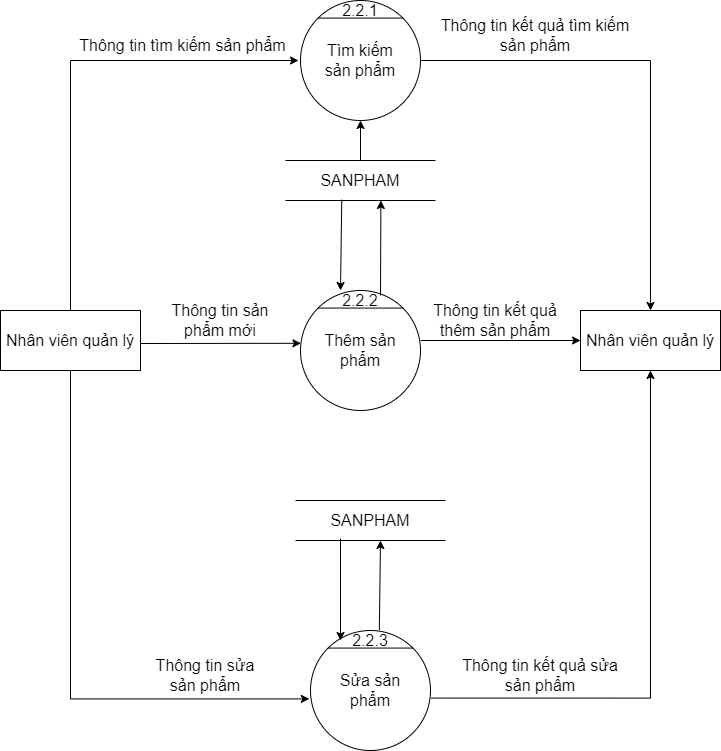
Earlier version of the draw.io export BFD&DFD/BFD&DFD mức 0, 1, 2, 3/DFD_2_QLSP.png (hungtadasuke/CoffeShop_SoftwareTechnology). Source tidied: cells renumbered, new cells last; positions are measured from the earlier drawing's top-left corner, leaving out a move shared by most shapes.
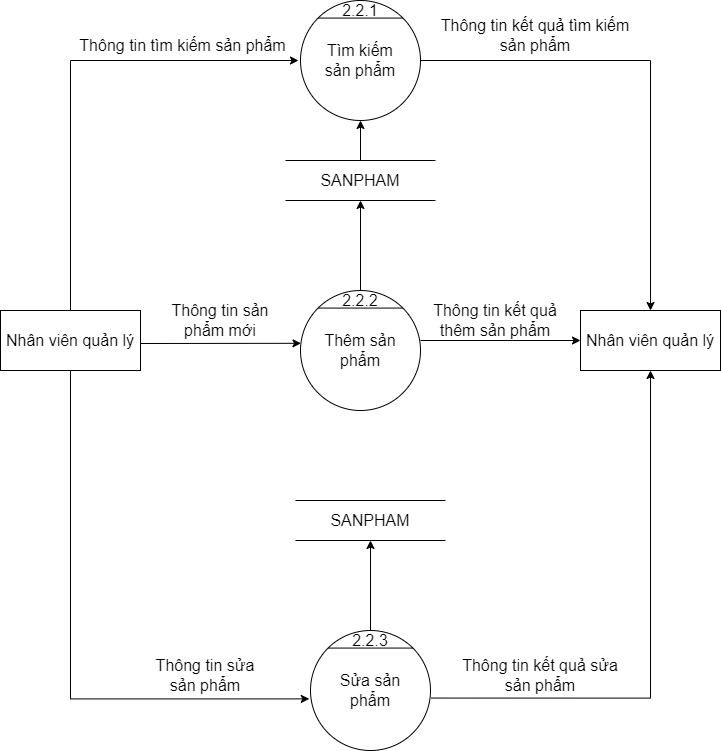
After the change.

What changed in the source:
```diff
@@ -95,19 +95,12 @@
     <mxCell id="26" style="endArrow=classic;html=1;rounded=0;fontSize=16;entryX=0.5;entryY=1;entryDx=0;entryDy=0;exitX=0.5;exitY=0;exitDx=0;exitDy=0;" parent="1" edge="1" source="22" target="2">
       <mxGeometry relative="1" as="geometry" />
     </mxCell>
-    <mxCell id="27" style="endArrow=classic;html=1;rounded=0;fontSize=16;entryX=0.636;entryY=1;entryDx=0;entryDy=0;exitX=1;exitY=0.25;exitDx=0;exitDy=0;entryPerimeter=0;" parent="1" edge="1" source="14" target="22">
+    <mxCell id="27" style="endArrow=classic;html=1;rounded=0;fontSize=16;entryX=0.5;entryY=1;entryDx=0;entryDy=0;exitX=0.5;exitY=0;exitDx=0;exitDy=0;" parent="1" edge="1" source="14" target="22">
       <mxGeometry relative="1" as="geometry" />
     </mxCell>
-    <mxCell id="28" style="endArrow=classic;html=1;rounded=0;fontSize=16;entryX=0.362;entryY=1.004;entryDx=0;entryDy=0;entryPerimeter=0;exitX=0.647;exitY=-0.02;exitDx=0;exitDy=0;exitPerimeter=0;" parent="1" edge="1" source="15">
-      <mxGeometry relative="1" as="geometry">
-        <mxPoint x="380" y="540" as="targetPoint" />
-      </mxGeometry>
+    <mxCell id="28" style="endArrow=classic;html=1;rounded=0;fontSize=16;entryX=0.5;entryY=1;entryDx=0;entryDy=0;exitX=0.5;exitY=0;exitDx=0;exitDy=0;" parent="1" edge="1" source="15" target="25">
+      <mxGeometry relative="1" as="geometry" />
     </mxCell>
-    <mxCell id="29" style="endArrow=classic;html=1;rounded=0;fontSize=16;entryX=0;entryY=0.5;entryDx=0;entryDy=0;" parent="1" edge="1" target="15">
-      <mxGeometry relative="1" as="geometry">
-        <mxPoint x="340" y="538" as="sourcePoint" />
-      </mxGeometry>
-    </mxCell>
     <mxCell id="30" value="Thông tin sản phẩm mới" style="text;html=1;strokeColor=none;fillColor=none;align=center;verticalAlign=middle;whiteSpace=wrap;rounded=0;fontSize=16;" parent="1" vertex="1">
       <mxGeometry x="155" y="305" width="130" height="30" as="geometry" />
     </mxCell>
@@ -123,8 +116,5 @@
     <mxCell id="34" value="Thông tin kết quả sửa sản phẩm" style="text;html=1;strokeColor=none;fillColor=none;align=center;verticalAlign=middle;whiteSpace=wrap;rounded=0;fontSize=16;" parent="1" vertex="1">
       <mxGeometry x="450" y="655" width="180" height="40" as="geometry" />
     </mxCell>
-    <mxCell id="35" style="endArrow=classic;html=1;rounded=0;fontSize=16;entryX=0;entryY=0;entryDx=0;entryDy=0;exitX=0.375;exitY=0.98;exitDx=0;exitDy=0;exitPerimeter=0;" parent="1" edge="1" source="22" target="14">
-      <mxGeometry relative="1" as="geometry" />
-    </mxCell>
   </root>
 </mxGraphModel>
```
